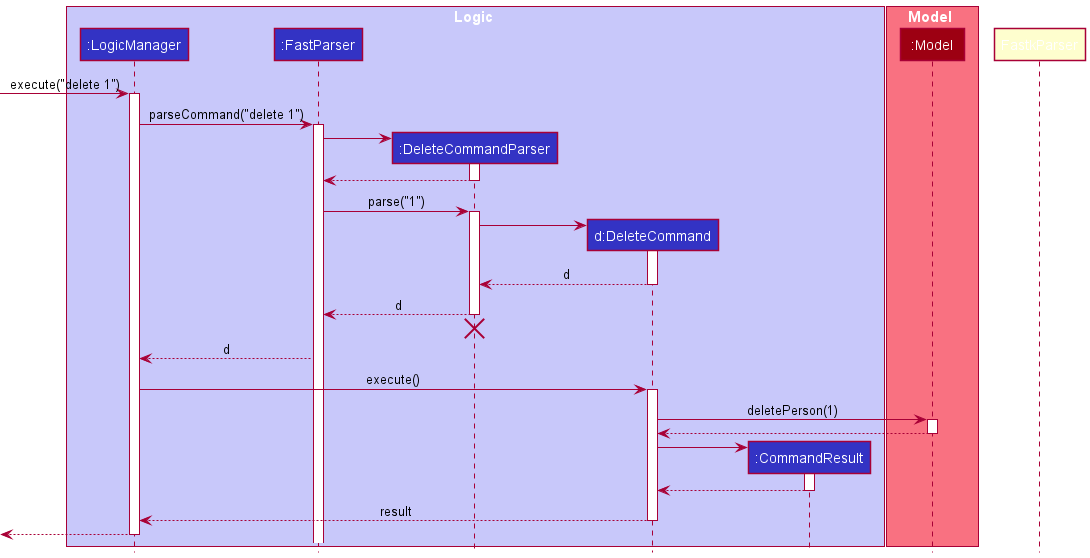
The PlantUML diagram docs/images/DeleteSequenceDiagram.png in nus-cs2103-AY2122S1/tp, before a commit.
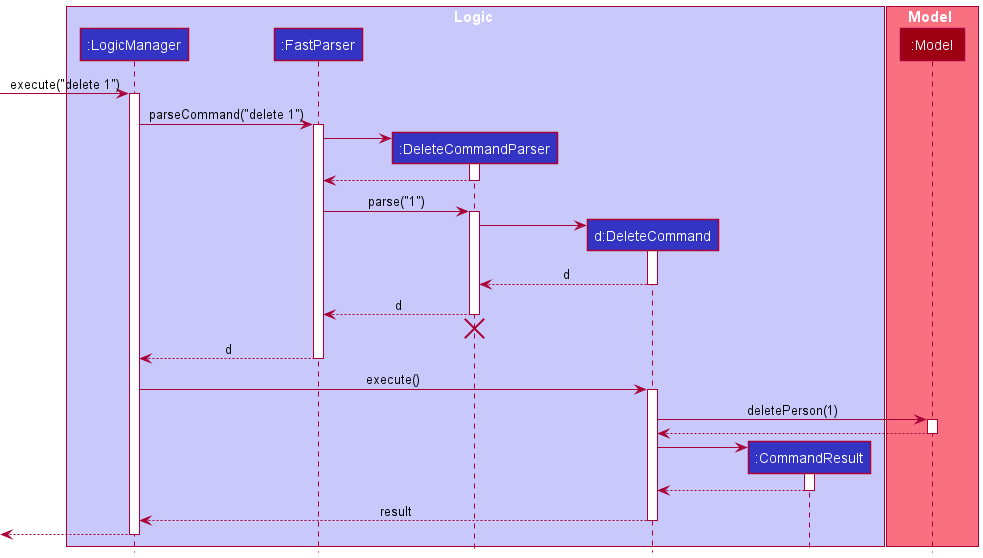
After the change.

Diff of the diagram source:
```diff
@@ -42,7 +42,7 @@
 destroy DeleteCommandParser
 
 FastParser --> LogicManager : d
-deactivate FastkParser
+deactivate FastParser
 
 LogicManager -> DeleteCommand : execute()
 activate DeleteCommand
```
